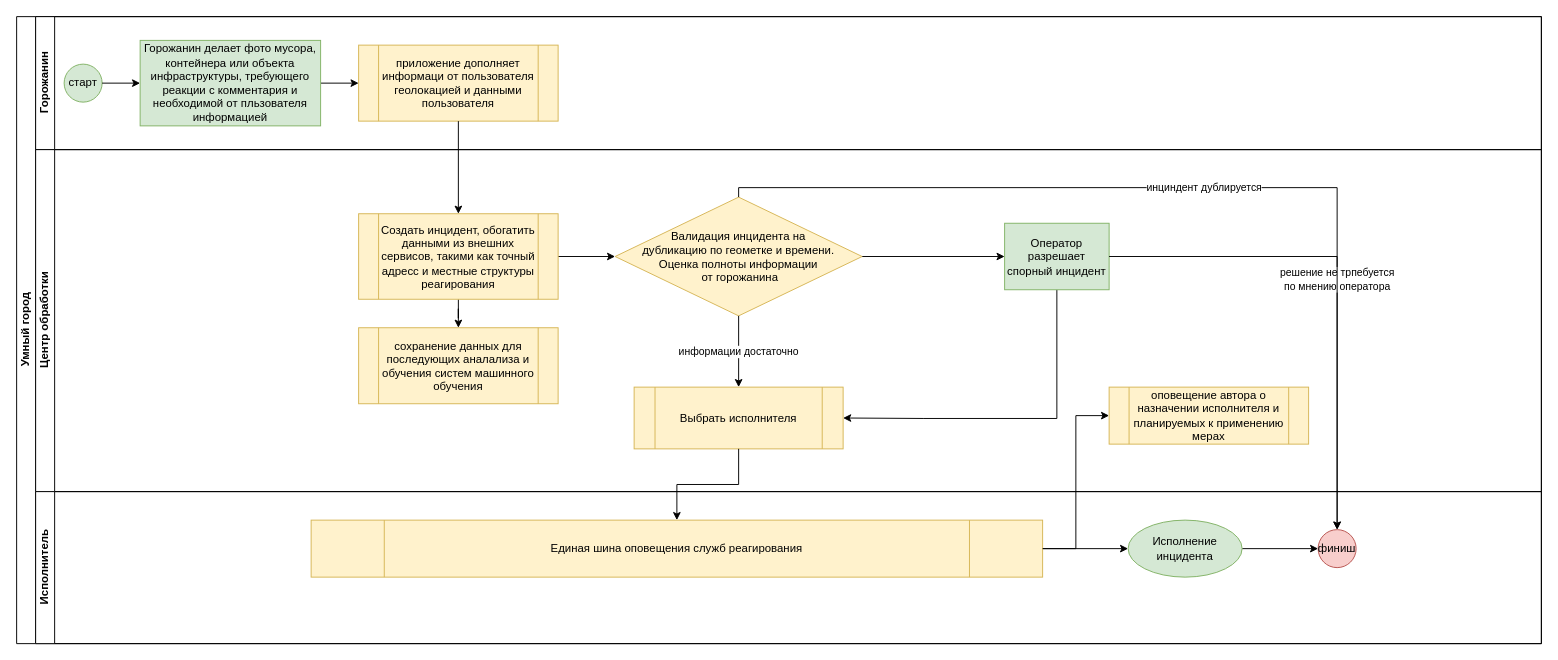
Before: page "user responsibility diagram" (1 of 2) of Умный город бизнес флоу.drawio in andreysvyat/smart_city, a draw.io diagram. Source tidied: cells renumbered, new cells numbered last; positions are measured from the earlier drawing's top-left corner, leaving out a move shared by most shapes. Both pictures are drawn from the tidied source at 95%, with x=0, y=0 at pixel (16, 16).
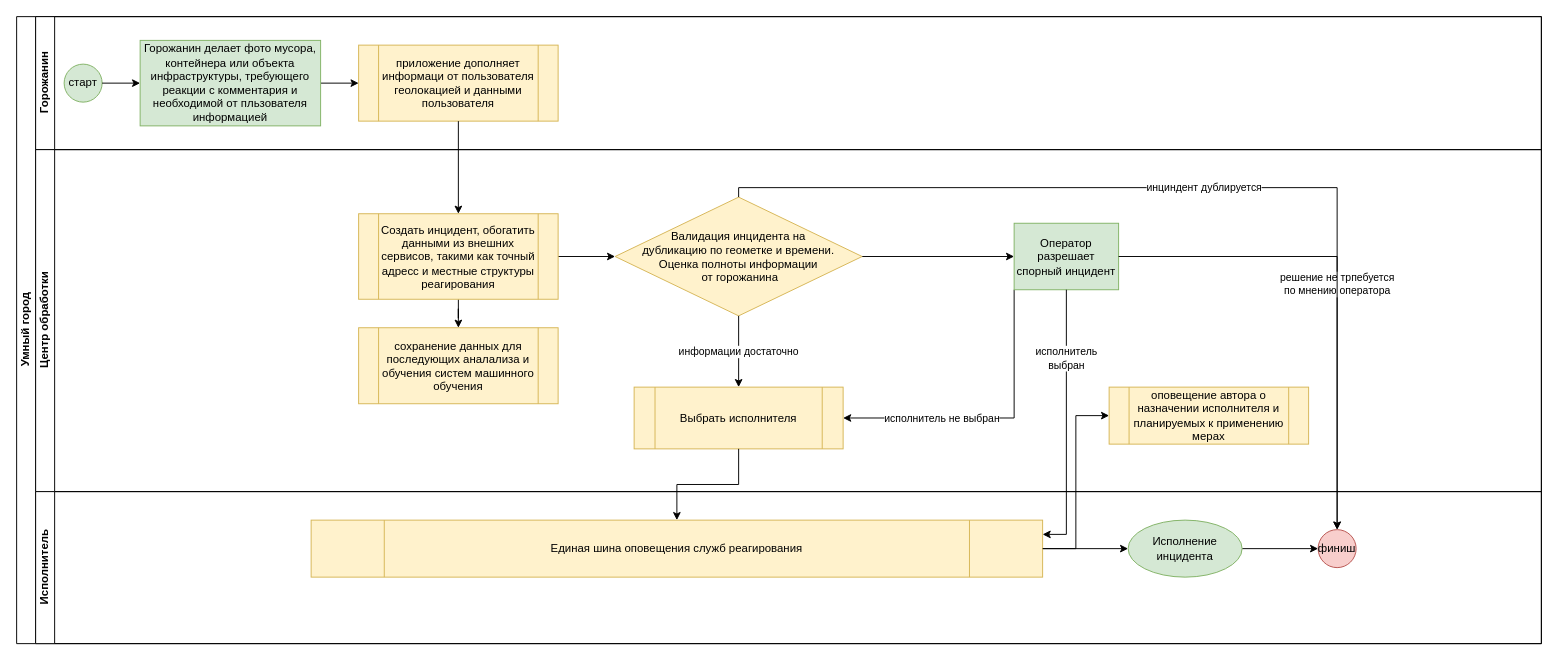
After the change.

The change refers to these unchanged cells:
```xml
<mxCell id="2" value="Умный город" style="swimlane;html=1;horizontal=0;startSize=20;" parent="1" vertex="1">
  <mxGeometry width="1605" height="660" as="geometry" />
</mxCell>
<mxCell id="9" value="Центр обработки" style="swimlane;html=1;startSize=20;horizontal=0;" parent="2" vertex="1">
  <mxGeometry x="20" y="140" width="1585" height="360" as="geometry" />
</mxCell>
<mxCell id="18" value="Выбрать исполнителя" style="shape=process;whiteSpace=wrap;html=1;backgroundOutline=1;fillColor=#fff2cc;strokeColor=#d6b656;fontColor=#000000;" parent="9" vertex="1">
  <mxGeometry x="630" y="250" width="220" height="65" as="geometry" />
</mxCell>
<mxCell id="24" value="Единая шина оповещения служб реагирования" style="shape=process;whiteSpace=wrap;html=1;backgroundOutline=1;fillColor=#fff2cc;strokeColor=#d6b656;fontColor=#000000;" parent="21" vertex="1">
  <mxGeometry x="290" y="30" width="770" height="60" as="geometry" />
</mxCell>
```

Diff of the diagram source:
```diff
@@
-    <mxCell id="15" style="edgeStyle=orthogonalEdgeStyle;rounded=0;jettySize=auto;html=1;entryX=1;entryY=0.5;entryDx=0;entryDy=0;" parent="9" edge="1" source="16" target="18">
-      <mxGeometry relative="1" as="geometry">
-        <Array as="points">
-          <mxPoint x="1075" y="283" />
-          <mxPoint x="935" y="283" />
-        </Array>
-      </mxGeometry>
+    <mxCell id="15" value="исполнитель не выбран" style="edgeStyle=orthogonalEdgeStyle;rounded=0;jettySize=auto;html=1;exitX=0;exitY=1;exitDx=0;exitDy=0;entryX=1;entryY=0.5;entryDx=0;entryDy=0;" parent="9" edge="1" source="16" target="18">
+      <mxGeometry x="0.34" relative="1" as="geometry" />
     </mxCell>
     <mxCell id="16" value="Оператор разрешает спорный инцидент" style="whiteSpace=wrap;html=1;fillColor=#d5e8d4;strokeColor=#82b366;fontColor=#000000;" parent="9" vertex="1">
-      <mxGeometry x="1020" y="77.5" width="110" height="70" as="geometry" />
+      <mxGeometry x="1030" y="77.5" width="110" height="70" as="geometry" />
     </mxCell>
@@
+    <mxCell id="32" value="исполнитель &lt;br&gt;выбран" style="edgeStyle=orthogonalEdgeStyle;rounded=0;jettySize=auto;html=1;entryX=1;entryY=0.25;entryDx=0;entryDy=0;" parent="2" edge="1" source="16" target="24">
+      <mxGeometry x="-0.49" relative="1" as="geometry" />
+    </mxCell>
```
